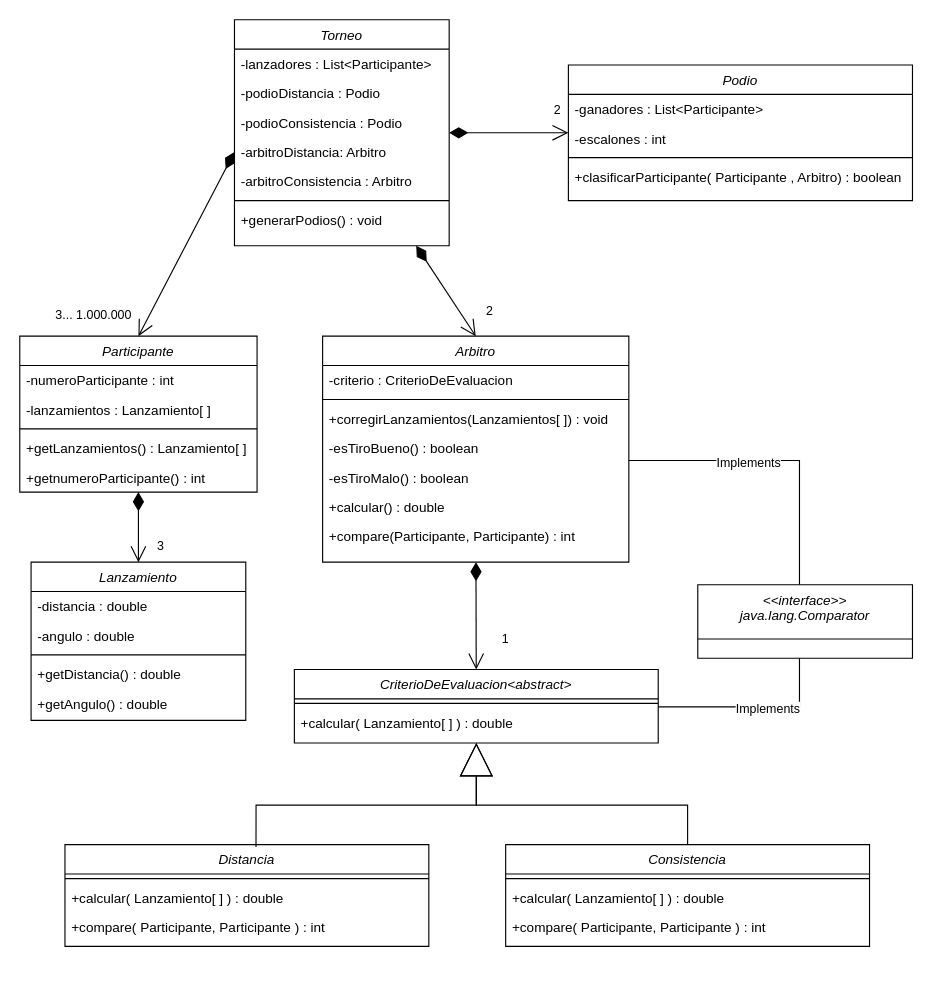
Before: LanzandoCaber/Lanzando el cáber .drawio in Dami1223/LanzandoELCaber, a draw.io diagram. Source tidied: cells renumbered, new cells numbered last; positions are measured from the earlier drawing's top-left corner, leaving out a move shared by most shapes. Both pictures are drawn from the tidied source at 113%, with x=0, y=0 at pixel (19, 19).
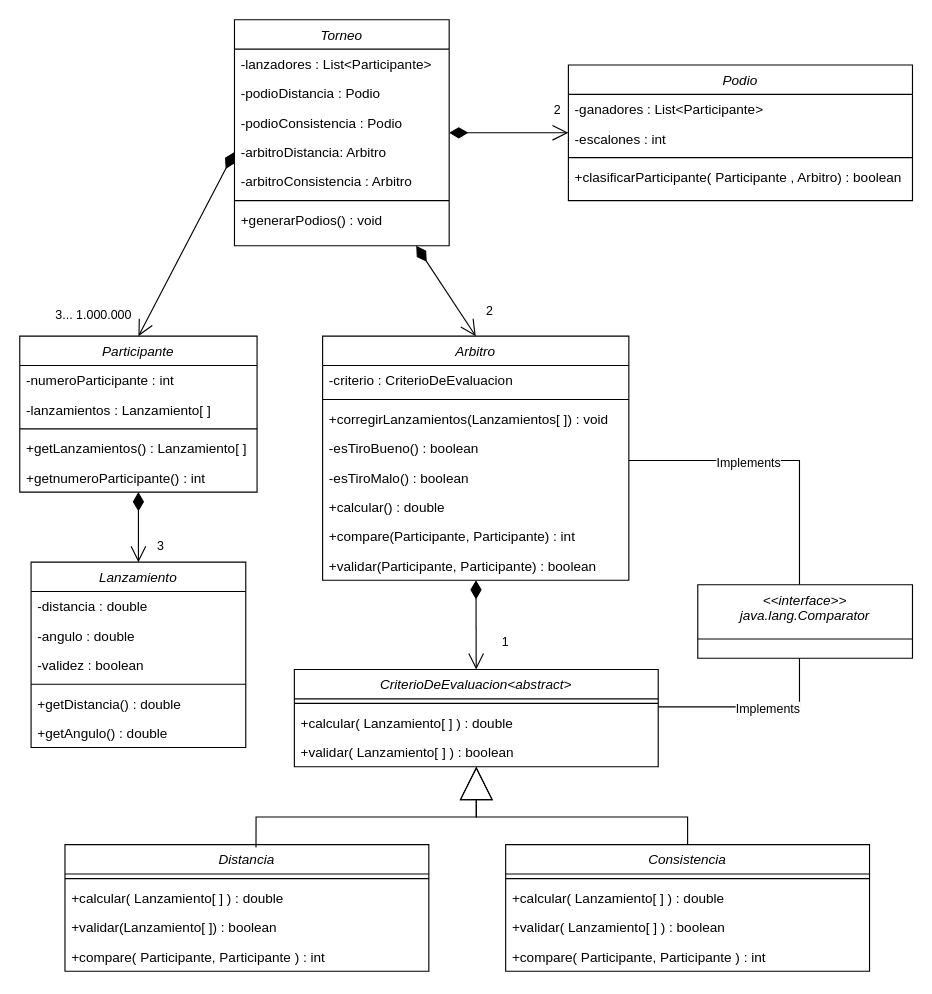
Above is the later version.

What changed in the source:
```diff
@@
     <mxCell id="8" value="Lanzamiento" style="swimlane;fontStyle=2;align=center;verticalAlign=top;horizontal=1;startSize=26;rounded=0;shadow=0;strokeWidth=1;" parent="1" vertex="1">
-      <mxGeometry x="10" y="480" width="190" height="140" as="geometry" />
+      <mxGeometry x="10" y="480" width="190" height="164" as="geometry" />
     </mxCell>
@@
+    <mxCell id="58" value="-validez : boolean" style="text;align=left;verticalAlign=top;spacingLeft=4;spacingRight=4;overflow=hidden;rounded=0;shadow=0;html=0;" parent="8" vertex="1">
+      <mxGeometry y="78" width="190" height="26" as="geometry" />
+    </mxCell>
     <mxCell id="11" style="line;html=1;strokeWidth=1;align=left;verticalAlign=middle;spacingTop=-1;spacingLeft=3;spacingRight=3;labelPosition=right;" parent="8" vertex="1">
-      <mxGeometry y="78" width="190" height="8" as="geometry" />
+      <mxGeometry y="104" width="190" height="8" as="geometry" />
     </mxCell>
     <mxCell id="12" value="+getDistancia() : double" style="text;align=left;verticalAlign=top;spacingLeft=4;spacingRight=4;overflow=hidden;" parent="8" vertex="1">
-      <mxGeometry y="86" width="190" height="26" as="geometry" />
+      <mxGeometry y="112" width="190" height="26" as="geometry" />
     </mxCell>
     <mxCell id="13" value="+getAngulo() : double" style="text;align=left;verticalAlign=top;spacingLeft=4;spacingRight=4;overflow=hidden;" parent="8" vertex="1">
-      <mxGeometry y="112" width="190" height="26" as="geometry" />
+      <mxGeometry y="138" width="190" height="26" as="geometry" />
     </mxCell>
@@
     <mxCell id="29" value="Arbitro" style="swimlane;fontStyle=2;align=center;verticalAlign=top;horizontal=1;startSize=26;rounded=0;shadow=0;strokeWidth=1;" parent="1" vertex="1">
-      <mxGeometry x="268" y="280" width="271" height="200" as="geometry" />
+      <mxGeometry x="268" y="280" width="271" height="216" as="geometry" />
     </mxCell>
@@
+    <mxCell id="59" value="+validar(Participante, Participante) : boolean" style="text;align=left;verticalAlign=top;spacingLeft=4;spacingRight=4;overflow=hidden;" parent="29" vertex="1">
+      <mxGeometry y="190" width="271" height="26" as="geometry" />
+    </mxCell>
@@
     <mxCell id="39" value="CriterioDeEvaluacion&lt;abstract&gt;" style="swimlane;fontStyle=2;align=center;verticalAlign=top;horizontal=1;startSize=26;rounded=0;shadow=0;strokeWidth=1;" parent="1" vertex="1">
-      <mxGeometry x="243" y="575" width="322" height="65" as="geometry" />
+      <mxGeometry x="243" y="575" width="322" height="86" as="geometry" />
     </mxCell>
@@
+    <mxCell id="60" value="+validar( Lanzamiento[ ] ) : boolean" style="text;align=left;verticalAlign=top;spacingLeft=4;spacingRight=4;overflow=hidden;rounded=0;shadow=0;html=0;" parent="39" vertex="1">
+      <mxGeometry y="60" width="322" height="26" as="geometry" />
+    </mxCell>
     <mxCell id="42" value="Distancia" style="swimlane;fontStyle=2;align=center;verticalAlign=top;horizontal=1;startSize=26;rounded=0;shadow=0;strokeWidth=1;" parent="1" vertex="1">
-      <mxGeometry x="40" y="730" width="322" height="90" as="geometry" />
+      <mxGeometry x="40" y="730" width="322" height="112" as="geometry" />
     </mxCell>
@@
-    <mxCell id="45" value="+compare( Participante, Participante ) : int" style="text;align=left;verticalAlign=top;spacingLeft=4;spacingRight=4;overflow=hidden;rounded=0;shadow=0;html=0;" parent="42" vertex="1">
+    <mxCell id="45" value="+validar(Lanzamiento[ ]) : boolean" style="text;align=left;verticalAlign=top;spacingLeft=4;spacingRight=4;overflow=hidden;rounded=0;shadow=0;html=0;" parent="42" vertex="1">
       <mxGeometry y="60" width="322" height="26" as="geometry" />
     </mxCell>
+    <mxCell id="61" value="+compare( Participante, Participante ) : int" style="text;align=left;verticalAlign=top;spacingLeft=4;spacingRight=4;overflow=hidden;rounded=0;shadow=0;html=0;" parent="42" vertex="1">
+      <mxGeometry y="86" width="322" height="26" as="geometry" />
+    </mxCell>
@@
     <mxCell id="47" value="Consistencia" style="swimlane;fontStyle=2;align=center;verticalAlign=top;horizontal=1;startSize=26;rounded=0;shadow=0;strokeWidth=1;" parent="1" vertex="1">
-      <mxGeometry x="430" y="730" width="322" height="90" as="geometry" />
+      <mxGeometry x="430" y="730" width="322" height="112" as="geometry" />
     </mxCell>
@@
+    <mxCell id="62" value="+validar( Lanzamiento[ ] ) : boolean" style="text;align=left;verticalAlign=top;spacingLeft=4;spacingRight=4;overflow=hidden;rounded=0;shadow=0;html=0;" parent="47" vertex="1">
+      <mxGeometry y="60" width="322" height="26" as="geometry" />
+    </mxCell>
     <mxCell id="50" value="+compare( Participante, Participante ) : int" style="text;align=left;verticalAlign=top;spacingLeft=4;spacingRight=4;overflow=hidden;rounded=0;shadow=0;html=0;" parent="47" vertex="1">
-      <mxGeometry y="60" width="322" height="26" as="geometry" />
+      <mxGeometry y="86" width="322" height="26" as="geometry" />
     </mxCell>
```
